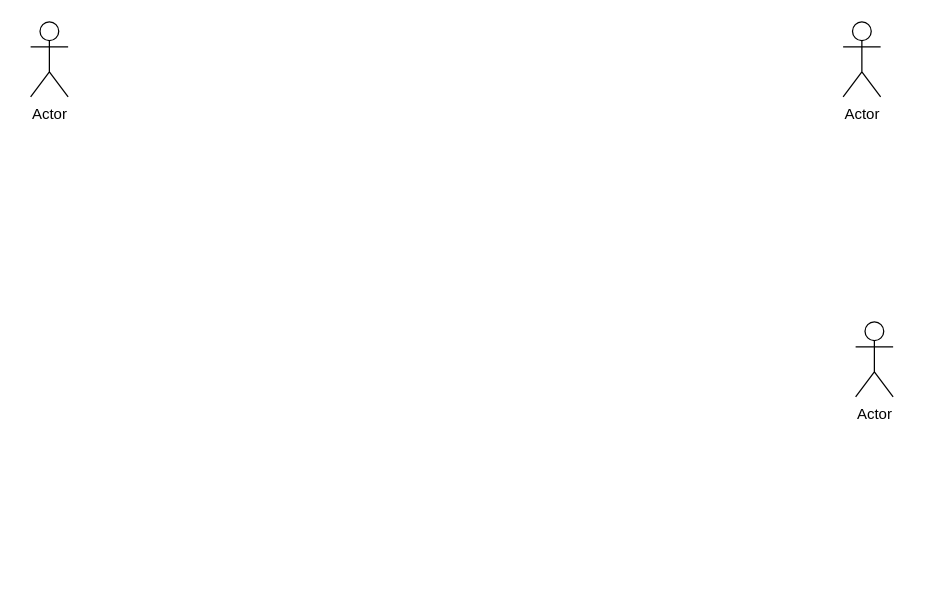
The draw.io diagram 02- Développer des composants d'interface/Maquetter une application/Démarche agile/Diagramme sans nom.drawio in zeldacod5/CDA, before the edit. Source tidied: cells renumbered, new cells numbered last; positions are measured from the earlier drawing's top-left corner, leaving out a move shared by most shapes. Both pictures are drawn from the tidied source at 125%, with x=0, y=0 at pixel (30, 21).
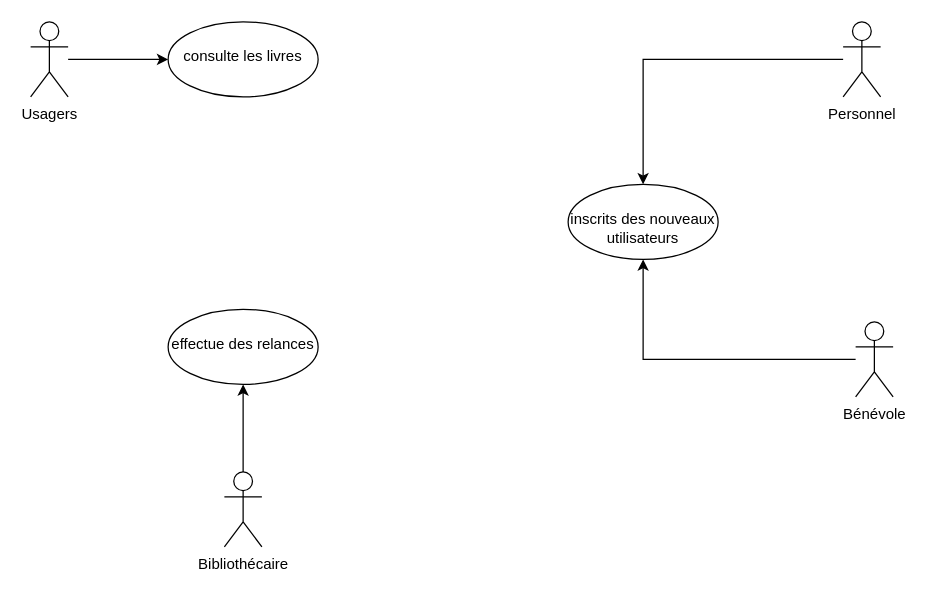
After the change.

Commit message (it also covers changes not shown here):
Mettre à jour Diagramme sans nom.drawio

The edit, as a diff of the source:
```diff
@@
 <mxGraphModel>
   <root>
     <mxCell id="0" />
     <mxCell id="1" parent="0" />
+    <mxCell id="5" style="edgeStyle=orthogonalEdgeStyle;rounded=0;jettySize=auto;html=1;" parent="1" edge="1" source="2" target="8">
+      <mxGeometry relative="1" as="geometry" />
+    </mxCell>
-    <mxCell id="2" value="Actor" style="shape=umlActor;verticalLabelPosition=bottom;verticalAlign=top;html=1;outlineConnect=0;" parent="1" vertex="1">
+    <mxCell id="2" value="&lt;div&gt;Usagers&lt;/div&gt;" style="shape=umlActor;verticalLabelPosition=bottom;verticalAlign=top;html=1;outlineConnect=0;" parent="1" vertex="1">
       <mxGeometry width="30" height="60" as="geometry" />
     </mxCell>
+    <mxCell id="6" style="edgeStyle=orthogonalEdgeStyle;rounded=0;jettySize=auto;html=1;" parent="1" edge="1" source="3" target="12">
+      <mxGeometry relative="1" as="geometry" />
+    </mxCell>
-    <mxCell id="3" value="Actor" style="shape=umlActor;verticalLabelPosition=bottom;verticalAlign=top;html=1;outlineConnect=0;" parent="1" vertex="1">
+    <mxCell id="3" value="&lt;div&gt;Personnel&lt;/div&gt;" style="shape=umlActor;verticalLabelPosition=bottom;verticalAlign=top;html=1;outlineConnect=0;" parent="1" vertex="1">
       <mxGeometry x="650" width="30" height="60" as="geometry" />
     </mxCell>
+    <mxCell id="7" style="edgeStyle=orthogonalEdgeStyle;rounded=0;jettySize=auto;html=1;" parent="1" edge="1" source="4" target="12">
+      <mxGeometry relative="1" as="geometry" />
+    </mxCell>
-    <mxCell id="4" value="Actor" style="shape=umlActor;verticalLabelPosition=bottom;verticalAlign=top;html=1;outlineConnect=0;" parent="1" vertex="1">
+    <mxCell id="4" value="&lt;div&gt;Bénévole&lt;/div&gt;" style="shape=umlActor;verticalLabelPosition=bottom;verticalAlign=top;html=1;outlineConnect=0;" parent="1" vertex="1">
       <mxGeometry x="660" y="240" width="30" height="60" as="geometry" />
     </mxCell>
+    <mxCell id="8" value="&lt;div&gt;&lt;br&gt;&lt;/div&gt;&lt;div&gt;consulte les livres&lt;br&gt;&lt;/div&gt;" style="ellipse;whiteSpace=wrap;html=1;verticalAlign=top;" parent="1" vertex="1">
+      <mxGeometry x="110" width="120" height="60" as="geometry" />
+    </mxCell>
+    <mxCell id="9" style="edgeStyle=orthogonalEdgeStyle;rounded=0;jettySize=auto;html=1;" parent="1" edge="1" source="10" target="11">
+      <mxGeometry relative="1" as="geometry" />
+    </mxCell>
+    <mxCell id="10" value="&lt;div&gt;Bibliothécaire&lt;/div&gt;" style="shape=umlActor;verticalLabelPosition=bottom;verticalAlign=top;html=1;outlineConnect=0;" parent="1" vertex="1">
+      <mxGeometry x="155" y="360" width="30" height="60" as="geometry" />
+    </mxCell>
+    <mxCell id="11" value="&lt;div&gt;&lt;br&gt;&lt;/div&gt;&lt;div&gt;effectue des relances&lt;/div&gt;" style="ellipse;whiteSpace=wrap;html=1;verticalAlign=top;" parent="1" vertex="1">
+      <mxGeometry x="110" y="230" width="120" height="60" as="geometry" />
+    </mxCell>
+    <mxCell id="12" value="&lt;div&gt;&lt;br&gt;&lt;/div&gt;&lt;div&gt;inscrits des nouveaux utilisateurs&lt;/div&gt;" style="ellipse;whiteSpace=wrap;html=1;verticalAlign=top;" parent="1" vertex="1">
+      <mxGeometry x="430" y="130" width="120" height="60" as="geometry" />
+    </mxCell>
   </root>
 </mxGraphModel>
```
